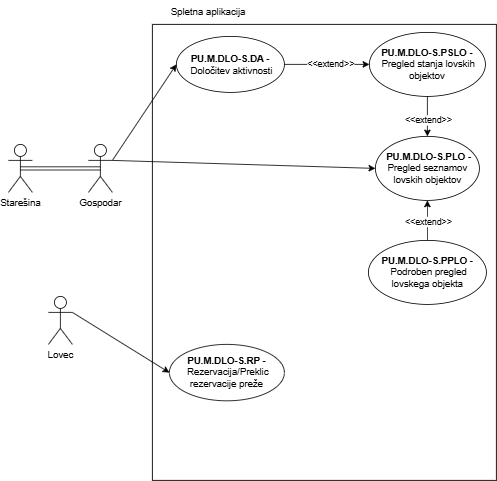
This is Delo z lovskimi objekti-Spletna aplikacija.drawio.png from ErnestISv/Lovstvo, a draw.io export, as it was before one commit. Source tidied: cells renumbered, new cells last; positions are measured from the earlier drawing's top-left corner, leaving out a move shared by most shapes.
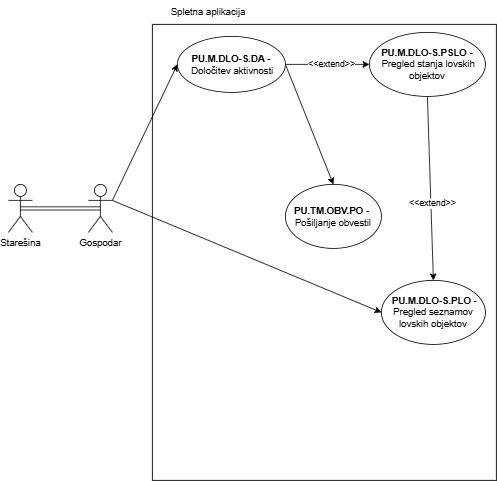
After the commit.

Change to the diagram source:
```diff
@@ -9,29 +9,20 @@
       <mxGeometry x="180" width="140" height="30" as="geometry" />
     </mxCell>
     <mxCell id="4" value="&amp;nbsp;&lt;b&gt;PU.M.DLO-S.PLO -&lt;/b&gt; Pregled seznamov lovskih objektov" style="ellipse;whiteSpace=wrap;html=1;" parent="1" vertex="1">
-      <mxGeometry x="458.8" y="170" width="130" height="80" as="geometry" />
+      <mxGeometry x="466.2" y="350" width="130" height="80" as="geometry" />
     </mxCell>
     <mxCell id="5" value="&lt;b&gt;PU.M.DLO-S.PSLO -&lt;/b&gt;&amp;nbsp;Pregled stanja lovskih objektov" style="ellipse;whiteSpace=wrap;html=1;" parent="1" vertex="1">
       <mxGeometry x="451.2" y="40" width="145" height="80" as="geometry" />
     </mxCell>
     <mxCell id="6" value="&lt;b&gt;PU.M.DLO-S.DA -&lt;/b&gt;&amp;nbsp;Določitev aktivnosti" style="ellipse;whiteSpace=wrap;html=1;" parent="1" vertex="1">
-      <mxGeometry x="210" y="45" width="135" height="70" as="geometry" />
+      <mxGeometry x="211.2" y="45" width="135" height="70" as="geometry" />
     </mxCell>
-    <mxCell id="7" value="&lt;b&gt;PU.M.DLO-S.RP -&lt;/b&gt;&amp;nbsp;Rezervacija/Preklic rezervacije preže" style="ellipse;whiteSpace=wrap;html=1;" parent="1" vertex="1">
-      <mxGeometry x="201.2" y="430" width="143.8" height="70.5" as="geometry" />
-    </mxCell>
-    <mxCell id="8" value="&lt;b&gt;PU.M.DLO-S.PPLO -&lt;/b&gt;&amp;nbsp;Podroben pregled lovskega objekta" style="ellipse;whiteSpace=wrap;html=1;" parent="1" vertex="1">
-      <mxGeometry x="450" y="300" width="147.5" height="80" as="geometry" />
-    </mxCell>
     <mxCell id="9" value="Starešina" style="shape=umlActor;verticalLabelPosition=bottom;verticalAlign=top;html=1;outlineConnect=0;" parent="1" vertex="1">
-      <mxGeometry y="180" width="30" height="60" as="geometry" />
+      <mxGeometry y="230" width="30" height="60" as="geometry" />
     </mxCell>
     <mxCell id="10" value="Gospodar" style="shape=umlActor;verticalLabelPosition=bottom;verticalAlign=top;html=1;outlineConnect=0;" parent="1" vertex="1">
-      <mxGeometry x="100" y="180" width="30" height="60" as="geometry" />
+      <mxGeometry x="100" y="230" width="30" height="60" as="geometry" />
     </mxCell>
-    <mxCell id="11" value="Lovec" style="shape=umlActor;verticalLabelPosition=bottom;verticalAlign=top;html=1;outlineConnect=0;" parent="1" vertex="1">
-      <mxGeometry x="50" y="370" width="30" height="60" as="geometry" />
-    </mxCell>
     <mxCell id="12" style="endArrow=none;html=1;rounded=0;exitX=0.5;exitY=0.5;exitDx=0;exitDy=0;exitPerimeter=0;entryX=0.5;entryY=0.5;entryDx=0;entryDy=0;entryPerimeter=0;shape=link;" parent="1" edge="1" source="9" target="10">
       <mxGeometry relative="1" as="geometry" />
     </mxCell>
@@ -41,26 +32,23 @@
     <mxCell id="14" style="endArrow=classic;html=1;rounded=0;exitX=1;exitY=0.3333333333333333;exitDx=0;exitDy=0;exitPerimeter=0;entryX=0;entryY=0.5;entryDx=0;entryDy=0;" parent="1" edge="1" source="10" target="6">
       <mxGeometry relative="1" as="geometry" />
     </mxCell>
-    <mxCell id="15" style="endArrow=classic;html=1;rounded=0;exitX=1;exitY=0.3333333333333333;exitDx=0;exitDy=0;exitPerimeter=0;entryX=0;entryY=0.5;entryDx=0;entryDy=0;" parent="1" edge="1" source="11" target="7">
-      <mxGeometry relative="1" as="geometry" />
-    </mxCell>
-    <mxCell id="16" style="endArrow=classic;html=1;rounded=0;entryX=0.5;entryY=1;entryDx=0;entryDy=0;exitX=0.5;exitY=0;exitDx=0;exitDy=0;" parent="1" edge="1" source="8" target="4">
-      <mxGeometry relative="1" as="geometry" />
-    </mxCell>
-    <mxCell id="17" value="&amp;lt;&amp;lt;extend&amp;gt;&amp;gt;" style="edgeLabel;html=1;align=center;verticalAlign=middle;" parent="16" vertex="1">
-      <mxGeometry x="-0.04" y="-1" relative="1" as="geometry" />
-    </mxCell>
     <mxCell id="18" style="endArrow=classic;html=1;rounded=0;exitX=0.5;exitY=1;exitDx=0;exitDy=0;entryX=0.5;entryY=0;entryDx=0;entryDy=0;" parent="1" edge="1" source="5" target="4">
       <mxGeometry relative="1" as="geometry" />
     </mxCell>
-    <mxCell id="19" value="&amp;lt;&amp;lt;extend&amp;gt;&amp;gt;" style="edgeLabel;html=1;align=center;verticalAlign=middle;" parent="18" vertex="1">
-      <mxGeometry x="0.16" y="1" relative="1" as="geometry" />
-    </mxCell>
+    <mxCell id="22" value="&amp;lt;&amp;lt;extend&amp;gt;&amp;gt;" style="edgeLabel;html=1;align=center;verticalAlign=middle;" parent="18" vertex="1">
+      <mxGeometry x="0.16" y="1" relative="1" as="geometry" />
+    </mxCell>
     <mxCell id="20" style="endArrow=classic;html=1;rounded=0;exitX=1;exitY=0.5;exitDx=0;exitDy=0;entryX=0;entryY=0.5;entryDx=0;entryDy=0;" parent="1" edge="1" source="6" target="5">
       <mxGeometry relative="1" as="geometry" />
     </mxCell>
-    <mxCell id="21" value="&amp;lt;&amp;lt;extend&amp;gt;&amp;gt;" style="edgeLabel;html=1;align=center;verticalAlign=middle;" parent="20" vertex="1">
-      <mxGeometry x="0.08" y="1" relative="1" as="geometry" />
-    </mxCell>
+    <mxCell id="23" value="&amp;lt;&amp;lt;extend&amp;gt;&amp;gt;" style="edgeLabel;html=1;align=center;verticalAlign=middle;" parent="20" vertex="1">
+      <mxGeometry x="0.08" y="1" relative="1" as="geometry" />
+    </mxCell>
+    <mxCell id="24" value="&lt;b&gt;PU.TM.OBV.PO -&amp;nbsp;&lt;/b&gt;&lt;div&gt;Pošiljanje obvestil&lt;/div&gt;" style="ellipse;whiteSpace=wrap;html=1;" parent="1" vertex="1">
+      <mxGeometry x="346.2" y="230" width="120" height="80" as="geometry" />
+    </mxCell>
+    <mxCell id="25" style="endArrow=classic;html=1;rounded=0;exitX=1;exitY=0.5;exitDx=0;exitDy=0;entryX=0.5;entryY=0;entryDx=0;entryDy=0;" parent="1" edge="1" source="6" target="24">
+      <mxGeometry relative="1" as="geometry" />
+    </mxCell>
   </root>
 </mxGraphModel>
```
